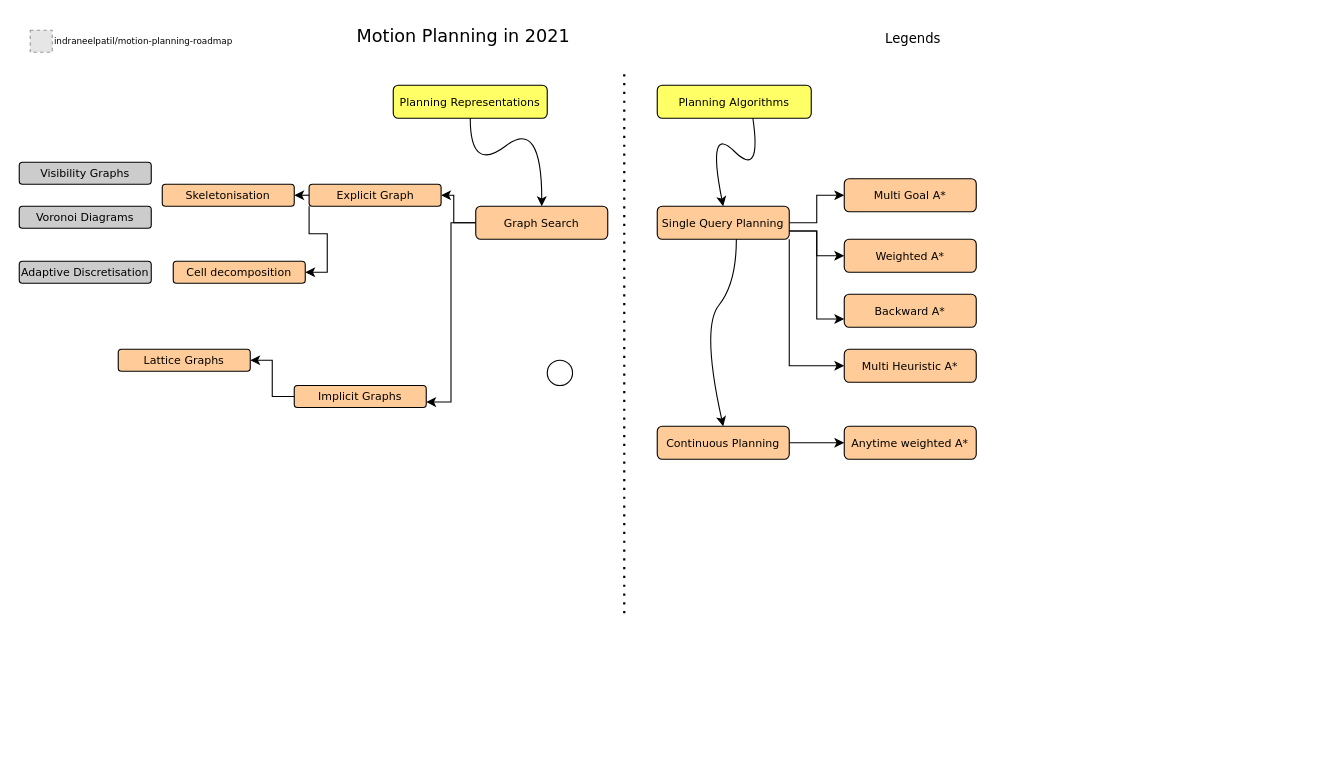
Above: Untitled Diagram.drawio in indraneelpatil/motion-planning-roadmap (draw.io), before the change. Source tidied: cells renumbered, new cells numbered last; positions are measured from the earlier drawing's top-left corner, leaving out a move shared by most shapes. Both pictures are drawn from the tidied source at 110%, with x=0, y=0 at pixel (19, 19). Pictures stored in the file or linked from it are replaced by grey dashed boxes.
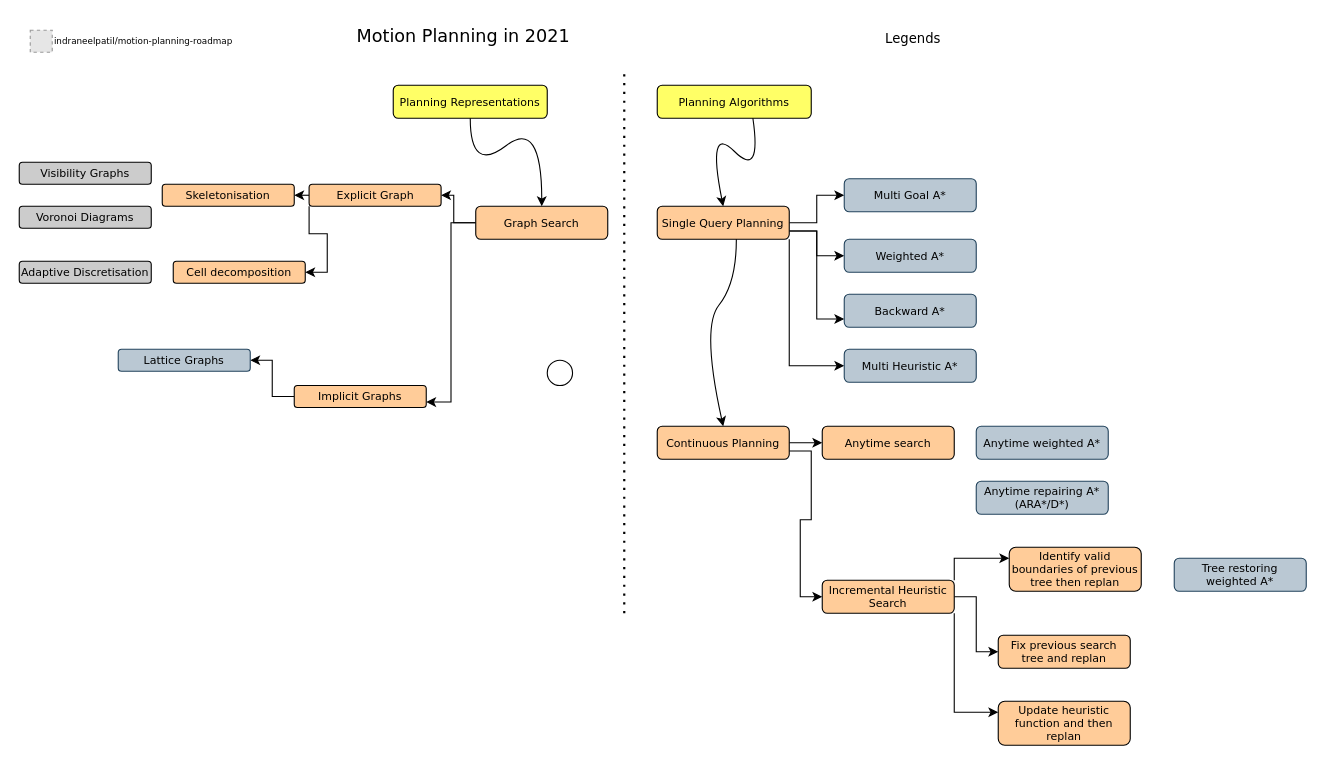
The same page after the edit.

Unchanged cells that the change refers to:
```xml
<mxCell id="37" value="Continuous Planning" style="rounded=1;whiteSpace=wrap;html=1;comic=0;fontFamily=Verdana;fontSize=10;fillColor=#FFCC99;" parent="1" vertex="1">
  <mxGeometry x="580" y="370" width="120" height="30" as="geometry" />
</mxCell>
```

The edit, as a diff of the source:
```diff
@@
-    <mxCell id="24" value="Lattice Graphs" style="rounded=1;whiteSpace=wrap;html=1;comic=0;fontFamily=Verdana;fontSize=10;fillColor=#FFCC99;" parent="1" vertex="1">
+    <mxCell id="24" value="Lattice Graphs" style="rounded=1;whiteSpace=wrap;html=1;comic=0;fontFamily=Verdana;fontSize=10;fillColor=#bac8d3;strokeColor=#23445d;" parent="1" vertex="1">
       <mxGeometry x="90" y="300" width="120" height="20" as="geometry" />
     </mxCell>
@@
-    <mxCell id="30" value="Multi Goal A*" style="rounded=1;whiteSpace=wrap;html=1;comic=0;fontFamily=Verdana;fontSize=10;fillColor=#FFCC99;" parent="1" vertex="1">
+    <mxCell id="30" value="Multi Goal A*" style="rounded=1;whiteSpace=wrap;html=1;comic=0;fontFamily=Verdana;fontSize=10;fillColor=#bac8d3;strokeColor=#23445d;" parent="1" vertex="1">
       <mxGeometry x="750" y="145" width="120" height="30" as="geometry" />
     </mxCell>
@@
-    <mxCell id="32" value="Weighted A*" style="rounded=1;whiteSpace=wrap;html=1;comic=0;fontFamily=Verdana;fontSize=10;fillColor=#FFCC99;" parent="1" vertex="1">
+    <mxCell id="32" value="Weighted A*" style="rounded=1;whiteSpace=wrap;html=1;comic=0;fontFamily=Verdana;fontSize=10;fillColor=#bac8d3;strokeColor=#23445d;" parent="1" vertex="1">
       <mxGeometry x="750" y="200" width="120" height="30" as="geometry" />
     </mxCell>
-    <mxCell id="33" value="Backward A*" style="rounded=1;whiteSpace=wrap;html=1;comic=0;fontFamily=Verdana;fontSize=10;fillColor=#FFCC99;" parent="1" vertex="1">
+    <mxCell id="33" value="Backward A*" style="rounded=1;whiteSpace=wrap;html=1;comic=0;fontFamily=Verdana;fontSize=10;fillColor=#bac8d3;strokeColor=#23445d;" parent="1" vertex="1">
       <mxGeometry x="750" y="250" width="120" height="30" as="geometry" />
     </mxCell>
-    <mxCell id="34" value="Multi Heuristic A*" style="rounded=1;whiteSpace=wrap;html=1;comic=0;fontFamily=Verdana;fontSize=10;fillColor=#FFCC99;" parent="1" vertex="1">
+    <mxCell id="34" value="Multi Heuristic A*" style="rounded=1;whiteSpace=wrap;html=1;comic=0;fontFamily=Verdana;fontSize=10;fillColor=#bac8d3;strokeColor=#23445d;" parent="1" vertex="1">
       <mxGeometry x="750" y="300" width="120" height="30" as="geometry" />
     </mxCell>
@@
-    <mxCell id="36" style="edgeStyle=orthogonalEdgeStyle;rounded=0;jettySize=auto;html=1;exitX=1;exitY=0.5;exitDx=0;exitDy=0;" parent="1" edge="1" source="37" target="38">
-      <mxGeometry relative="1" as="geometry" />
-    </mxCell>
+    <mxCell id="39" style="edgeStyle=orthogonalEdgeStyle;rounded=0;jettySize=auto;html=1;" parent="1" edge="1" source="37" target="42">
+      <mxGeometry relative="1" as="geometry" />
+    </mxCell>
+    <mxCell id="40" style="edgeStyle=orthogonalEdgeStyle;rounded=0;jettySize=auto;html=1;exitX=1;exitY=0.75;exitDx=0;exitDy=0;entryX=0;entryY=0.5;entryDx=0;entryDy=0;" parent="1" edge="1" source="37" target="46">
+      <mxGeometry relative="1" as="geometry" />
+    </mxCell>
@@
-    <mxCell id="38" value="Anytime weighted A*" style="rounded=1;whiteSpace=wrap;html=1;comic=0;fontFamily=Verdana;fontSize=10;fillColor=#FFCC99;" parent="1" vertex="1">
-      <mxGeometry x="750" y="370" width="120" height="30" as="geometry" />
+    <mxCell id="38" value="Anytime weighted A*" style="rounded=1;whiteSpace=wrap;html=1;comic=0;fontFamily=Verdana;fontSize=10;fillColor=#bac8d3;strokeColor=#23445d;" parent="1" vertex="1">
+      <mxGeometry x="870" y="370" width="120" height="30" as="geometry" />
     </mxCell>
+    <mxCell id="41" value="Anytime repairing A*(ARA*/D*)" style="rounded=1;whiteSpace=wrap;html=1;comic=0;fontFamily=Verdana;fontSize=10;fillColor=#bac8d3;strokeColor=#23445d;" parent="1" vertex="1">
+      <mxGeometry x="870" y="420" width="120" height="30" as="geometry" />
+    </mxCell>
+    <mxCell id="42" value="Anytime search" style="rounded=1;whiteSpace=wrap;html=1;comic=0;fontFamily=Verdana;fontSize=10;fillColor=#FFCC99;" parent="1" vertex="1">
+      <mxGeometry x="730" y="370" width="120" height="30" as="geometry" />
+    </mxCell>
+    <mxCell id="43" style="edgeStyle=orthogonalEdgeStyle;rounded=0;jettySize=auto;html=1;exitX=1;exitY=0;exitDx=0;exitDy=0;entryX=0;entryY=0.25;entryDx=0;entryDy=0;" parent="1" edge="1" source="46" target="47">
+      <mxGeometry relative="1" as="geometry" />
+    </mxCell>
+    <mxCell id="44" style="edgeStyle=orthogonalEdgeStyle;rounded=0;jettySize=auto;html=1;exitX=1;exitY=0.5;exitDx=0;exitDy=0;entryX=0;entryY=0.5;entryDx=0;entryDy=0;" parent="1" edge="1" source="46" target="48">
+      <mxGeometry relative="1" as="geometry" />
+    </mxCell>
+    <mxCell id="45" style="edgeStyle=orthogonalEdgeStyle;rounded=0;jettySize=auto;html=1;exitX=1;exitY=1;exitDx=0;exitDy=0;entryX=0;entryY=0.25;entryDx=0;entryDy=0;" parent="1" edge="1" source="46" target="49">
+      <mxGeometry relative="1" as="geometry" />
+    </mxCell>
+    <mxCell id="46" value="Incremental Heuristic Search" style="rounded=1;whiteSpace=wrap;html=1;comic=0;fontFamily=Verdana;fontSize=10;fillColor=#FFCC99;" parent="1" vertex="1">
+      <mxGeometry x="730" y="510" width="120" height="30" as="geometry" />
+    </mxCell>
+    <mxCell id="47" value="Identify valid boundaries of previous tree then replan" style="rounded=1;whiteSpace=wrap;html=1;comic=0;fontFamily=Verdana;fontSize=10;fillColor=#FFCC99;" parent="1" vertex="1">
+      <mxGeometry x="900" y="480" width="120" height="40" as="geometry" />
+    </mxCell>
+    <mxCell id="48" value="Fix previous search tree and replan" style="rounded=1;whiteSpace=wrap;html=1;comic=0;fontFamily=Verdana;fontSize=10;fillColor=#FFCC99;" parent="1" vertex="1">
+      <mxGeometry x="890" y="560" width="120" height="30" as="geometry" />
+    </mxCell>
+    <mxCell id="49" value="Update heuristic function and then replan" style="rounded=1;whiteSpace=wrap;html=1;comic=0;fontFamily=Verdana;fontSize=10;fillColor=#FFCC99;" parent="1" vertex="1">
+      <mxGeometry x="890" y="620" width="120" height="40" as="geometry" />
+    </mxCell>
+    <mxCell id="50" value="Tree restoring weighted A*" style="rounded=1;whiteSpace=wrap;html=1;comic=0;fontFamily=Verdana;fontSize=10;fillColor=#bac8d3;strokeColor=#23445d;" parent="1" vertex="1">
+      <mxGeometry x="1050" y="490" width="120" height="30" as="geometry" />
+    </mxCell>
```
